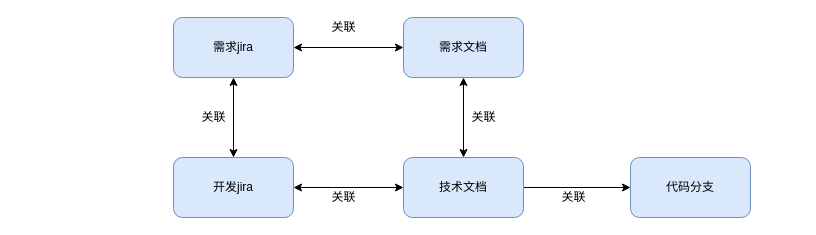
Earlier version of the draw.io diagram project_manager.drawio (effyroth/drawio2). Source tidied: cells renumbered, new cells numbered last; positions are measured from the earlier drawing's top-left corner, leaving out a move shared by most shapes. Both pictures are drawn from the tidied source at 100%, with x=0, y=0 at pixel (173, 17).
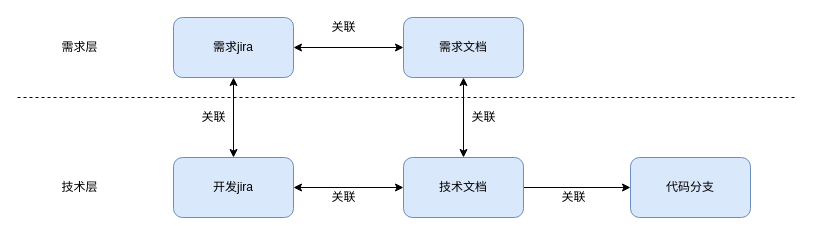
Above is the later version.

Diff of the diagram source:
```diff
@@
+    <mxCell id="17" value="需求层" style="text;html=1;align=center;verticalAlign=middle;" parent="1" vertex="1">
+      <mxGeometry x="-119" y="20" width="50" height="20" as="geometry" />
+    </mxCell>
+    <mxCell id="18" value="技术层" style="text;html=1;align=center;verticalAlign=middle;" parent="1" vertex="1">
+      <mxGeometry x="-119" y="160" width="50" height="20" as="geometry" />
+    </mxCell>
+    <mxCell id="19" style="endArrow=none;dashed=1;html=1;" parent="1" edge="1">
+      <mxGeometry relative="1" as="geometry">
+        <mxPoint x="-156" y="80" as="sourcePoint" />
+        <mxPoint x="624" y="80" as="targetPoint" />
+      </mxGeometry>
+    </mxCell>
```
